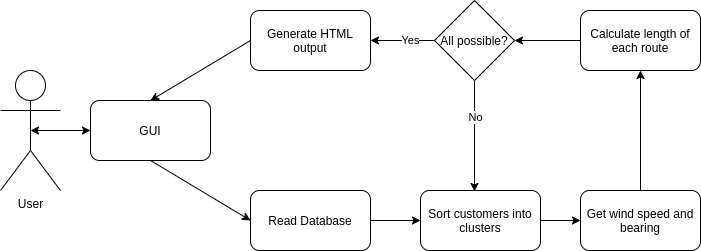
The draw.io diagram diagrams/Workflow.png in DessyT/Drone-Delivery-Scheduling, before a commit. Source tidied: cells renumbered, new cells last; positions are measured from the earlier drawing's top-left corner, leaving out a move shared by most shapes. The source it was exported from:
```xml
<mxGraphModel>
  <root>
    <mxCell id="0" />
    <mxCell id="1" parent="0" />
    <mxCell id="2" value="User" style="shape=umlActor;verticalLabelPosition=bottom;labelBackgroundColor=#ffffff;verticalAlign=top;html=1;outlineConnect=0;" parent="1" vertex="1">
      <mxGeometry y="70" width="60" height="120" as="geometry" />
    </mxCell>
    <mxCell id="3" value="GUI" style="rounded=1;whiteSpace=wrap;html=1;" parent="1" vertex="1">
      <mxGeometry x="90" y="100" width="120" height="60" as="geometry" />
    </mxCell>
    <mxCell id="4" value="Calculate length of each route" style="rounded=1;whiteSpace=wrap;html=1;" parent="1" vertex="1">
      <mxGeometry x="580" y="10" width="120" height="60" as="geometry" />
    </mxCell>
    <mxCell id="5" value="Read Database" style="rounded=1;whiteSpace=wrap;html=1;" parent="1" vertex="1">
      <mxGeometry x="250" y="190" width="120" height="60" as="geometry" />
    </mxCell>
    <mxCell id="6" value="Sort customers into clusters" style="rounded=1;whiteSpace=wrap;html=1;" parent="1" vertex="1">
      <mxGeometry x="420" y="190" width="120" height="60" as="geometry" />
    </mxCell>
    <mxCell id="7" value="Get wind speed and bearing" style="rounded=1;whiteSpace=wrap;html=1;" parent="1" vertex="1">
      <mxGeometry x="580" y="190" width="120" height="60" as="geometry" />
    </mxCell>
    <mxCell id="8" value="All possible?" style="rhombus;whiteSpace=wrap;html=1;" parent="1" vertex="1">
      <mxGeometry x="434" width="80" height="80" as="geometry" />
    </mxCell>
    <mxCell id="9" style="endArrow=classic;html=1;exitX=0;exitY=0.5;exitDx=0;exitDy=0;entryX=1;entryY=0.5;entryDx=0;entryDy=0;" parent="1" edge="1" source="8" target="19">
      <mxGeometry relative="1" as="geometry" />
    </mxCell>
    <mxCell id="10" value="Yes" style="edgeLabel;html=1;align=center;verticalAlign=middle;" parent="9" vertex="1">
      <mxGeometry x="-0.24" y="-1" relative="1" as="geometry" />
    </mxCell>
    <mxCell id="11" style="endArrow=classic;html=1;exitX=0.5;exitY=1;exitDx=0;exitDy=0;entryX=0.45;entryY=0.017;entryDx=0;entryDy=0;entryPerimeter=0;" parent="1" edge="1" source="8" target="6">
      <mxGeometry relative="1" as="geometry" />
    </mxCell>
    <mxCell id="12" value="No" style="edgeLabel;html=1;align=center;verticalAlign=middle;" parent="11" vertex="1">
      <mxGeometry x="-0.33" relative="1" as="geometry" />
    </mxCell>
    <mxCell id="13" style="endArrow=classic;html=1;exitX=0;exitY=0.5;exitDx=0;exitDy=0;entryX=1;entryY=0.5;entryDx=0;entryDy=0;" parent="1" edge="1" source="4" target="8">
      <mxGeometry relative="1" as="geometry" />
    </mxCell>
    <mxCell id="14" style="endArrow=classic;html=1;exitX=0.5;exitY=0;exitDx=0;exitDy=0;entryX=0.5;entryY=1;entryDx=0;entryDy=0;" parent="1" edge="1" source="7" target="4">
      <mxGeometry relative="1" as="geometry" />
    </mxCell>
    <mxCell id="15" style="endArrow=classic;html=1;exitX=1;exitY=0.5;exitDx=0;exitDy=0;entryX=0;entryY=0.5;entryDx=0;entryDy=0;" parent="1" edge="1" source="6" target="7">
      <mxGeometry relative="1" as="geometry" />
    </mxCell>
    <mxCell id="16" style="endArrow=classic;html=1;exitX=1;exitY=0.5;exitDx=0;exitDy=0;entryX=0;entryY=0.5;entryDx=0;entryDy=0;" parent="1" edge="1" source="5" target="6">
      <mxGeometry relative="1" as="geometry" />
    </mxCell>
    <mxCell id="17" style="endArrow=classic;html=1;exitX=0.5;exitY=1;exitDx=0;exitDy=0;entryX=0;entryY=0.5;entryDx=0;entryDy=0;" parent="1" edge="1" source="3" target="5">
      <mxGeometry relative="1" as="geometry" />
    </mxCell>
    <mxCell id="18" style="endArrow=classic;startArrow=classic;html=1;exitX=0.5;exitY=0.5;exitDx=0;exitDy=0;exitPerimeter=0;entryX=0;entryY=0.5;entryDx=0;entryDy=0;" parent="1" edge="1" source="2" target="3">
      <mxGeometry relative="1" as="geometry" />
    </mxCell>
    <mxCell id="19" value="Generate HTML output" style="rounded=1;whiteSpace=wrap;html=1;" parent="1" vertex="1">
      <mxGeometry x="250" y="10" width="120" height="60" as="geometry" />
    </mxCell>
    <mxCell id="20" style="endArrow=classic;html=1;exitX=0;exitY=0.5;exitDx=0;exitDy=0;entryX=0.5;entryY=0;entryDx=0;entryDy=0;" parent="1" edge="1" source="19" target="3">
      <mxGeometry relative="1" as="geometry" />
    </mxCell>
  </root>
</mxGraphModel>
```
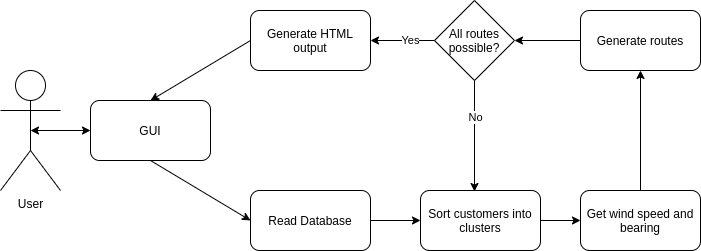
Above is the later version.

Change to the diagram source:
```diff
@@ -8,7 +8,7 @@
     <mxCell id="3" value="GUI" style="rounded=1;whiteSpace=wrap;html=1;" parent="1" vertex="1">
       <mxGeometry x="90" y="100" width="120" height="60" as="geometry" />
     </mxCell>
-    <mxCell id="4" value="Calculate length of each route" style="rounded=1;whiteSpace=wrap;html=1;" parent="1" vertex="1">
+    <mxCell id="4" value="Generate routes" style="rounded=1;whiteSpace=wrap;html=1;" parent="1" vertex="1">
       <mxGeometry x="580" y="10" width="120" height="60" as="geometry" />
     </mxCell>
     <mxCell id="5" value="Read Database" style="rounded=1;whiteSpace=wrap;html=1;" parent="1" vertex="1">
@@ -20,7 +20,7 @@
     <mxCell id="7" value="Get wind speed and bearing" style="rounded=1;whiteSpace=wrap;html=1;" parent="1" vertex="1">
       <mxGeometry x="580" y="190" width="120" height="60" as="geometry" />
     </mxCell>
-    <mxCell id="8" value="All possible?" style="rhombus;whiteSpace=wrap;html=1;" parent="1" vertex="1">
+    <mxCell id="8" value="All routes possible?" style="rhombus;whiteSpace=wrap;html=1;" parent="1" vertex="1">
       <mxGeometry x="434" width="80" height="80" as="geometry" />
     </mxCell>
     <mxCell id="9" style="endArrow=classic;html=1;exitX=0;exitY=0.5;exitDx=0;exitDy=0;entryX=1;entryY=0.5;entryDx=0;entryDy=0;" parent="1" edge="1" source="8" target="19">
```
